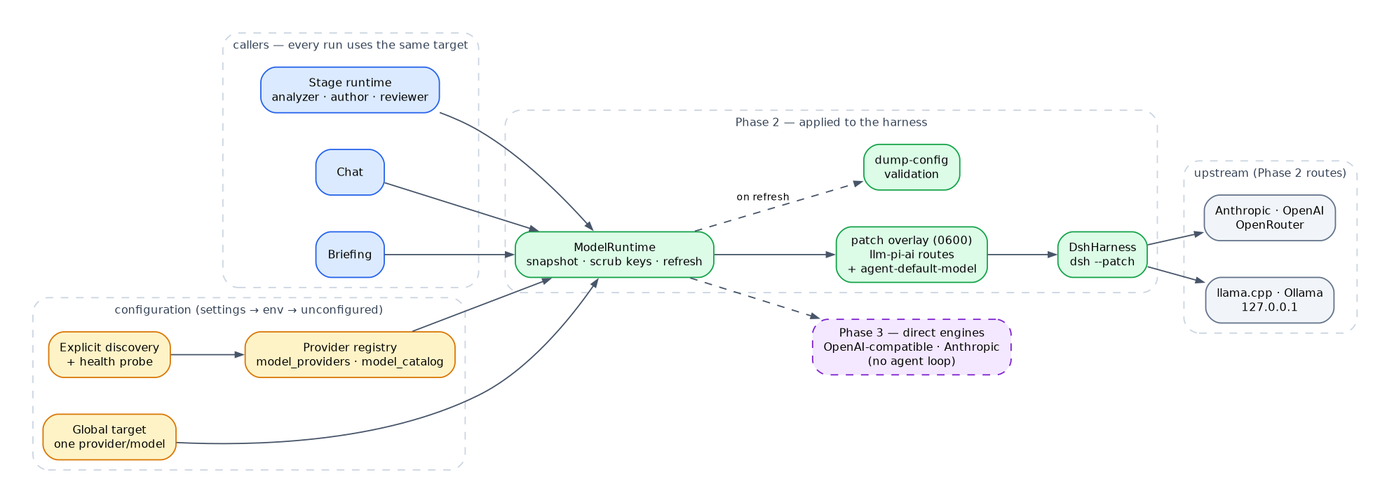
The Graphviz diagram docs/design/diagrams/model-providers.png in keensap/AIFactory, before a commit. Its source is kept beside it as docs/design/diagrams/model-providers.dot.
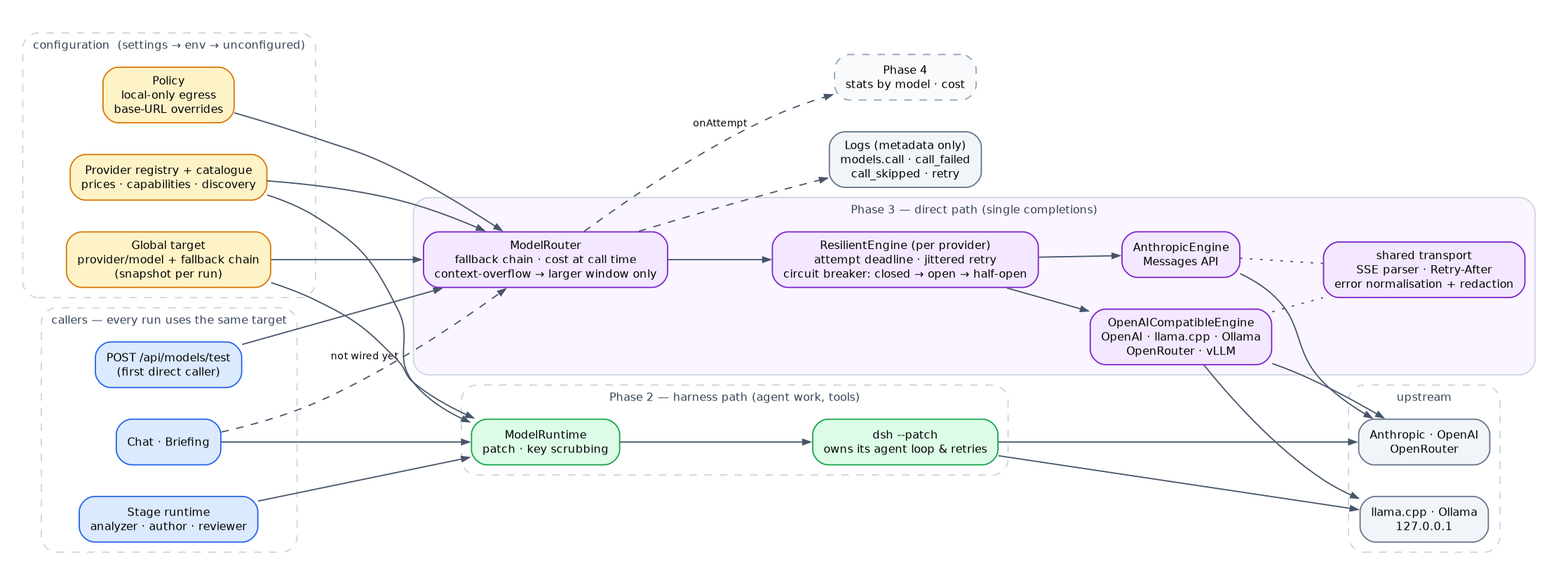
The same diagram one commit later.

The edit, as a diff of the source:
```diff
@@ -1,42 +1,58 @@
 digraph providers {
-  graph [rankdir=LR, bgcolor="white", fontname="Helvetica", fontsize=10, pad=0.25, nodesep=0.4, ranksep=0.5, compound=true];
+  graph [rankdir=LR, bgcolor="white", fontname="Helvetica", fontsize=10, pad=0.25, nodesep=0.35, ranksep=0.55, compound=true];
   node  [shape=box, style="rounded,filled", fontname="Helvetica", fontsize=9, color="#94a3b8", fillcolor="#f8fafc", margin="0.12,0.07"];
   edge  [fontname="Helvetica", fontsize=8, color="#475569", arrowsize=0.6];
 
   subgraph cluster_callers {
     label="callers — every run uses the same target"; fontsize=9; fontcolor="#334155"; color="#cbd5e1"; style="rounded,dashed";
     stage [label="Stage runtime\nanalyzer · author · reviewer", fillcolor="#dbeafe", color="#2563eb"];
-    chat [label="Chat", fillcolor="#dbeafe", color="#2563eb"];
-    brief [label="Briefing", fillcolor="#dbeafe", color="#2563eb"];
+    chat [label="Chat · Briefing", fillcolor="#dbeafe", color="#2563eb"];
+    test [label="POST /api/models/test\n(first direct caller)", fillcolor="#dbeafe", color="#2563eb"];
   }
 
   subgraph cluster_config {
-    label="configuration (settings → env → unconfigured)"; fontsize=9; fontcolor="#334155"; color="#cbd5e1"; style="rounded,dashed";
-    target [label="Global target\none provider/model", fillcolor="#fef3c7", color="#d97706"];
-    registry [label="Provider registry\nmodel_providers · model_catalog", fillcolor="#fef3c7", color="#d97706"];
-    discover [label="Explicit discovery\n+ health probe", fillcolor="#fef3c7", color="#d97706"];
+    label="configuration  (settings → env → unconfigured)"; fontsize=9; fontcolor="#334155"; color="#cbd5e1"; style="rounded,dashed";
+    target [label="Global target\nprovider/model + fallback chain\n(snapshot per run)", fillcolor="#fef3c7", color="#d97706"];
+    registry [label="Provider registry + catalogue\nprices · capabilities · discovery", fillcolor="#fef3c7", color="#d97706"];
+    policy [label="Policy\nlocal-only egress\nbase-URL overrides", fillcolor="#fef3c7", color="#d97706"];
   }
 
-  subgraph cluster_runtime {
-    label="Phase 2 — applied to the harness"; fontsize=9; fontcolor="#334155"; color="#cbd5e1"; style="rounded,dashed";
-    runtime [label="ModelRuntime\nsnapshot · scrub keys · refresh", fillcolor="#dcfce7", color="#16a34a"];
-    patch [label="patch overlay (0600)\nllm-pi-ai routes\n+ agent-default-model", fillcolor="#dcfce7", color="#16a34a"];
-    harness [label="DshHarness\ndsh --patch", fillcolor="#dcfce7", color="#16a34a"];
-    validate [label="dump-config\nvalidation", fillcolor="#dcfce7", color="#16a34a"];
+  subgraph cluster_harness {
+    label="Phase 2 — harness path (agent work, tools)"; fontsize=9; fontcolor="#334155"; color="#cbd5e1"; style="rounded,dashed";
+    runtime [label="ModelRuntime\npatch · key scrubbing", fillcolor="#dcfce7", color="#16a34a"];
+    dsh [label="dsh --patch\nowns its agent loop & retries", fillcolor="#dcfce7", color="#16a34a"];
+  }
+
+  subgraph cluster_direct {
+    label="Phase 3 — direct path (single completions)"; fontsize=9; fontcolor="#334155"; color="#cbd5e1"; style="rounded,filled"; fillcolor="#faf5ff";
+    router [label="ModelRouter\nfallback chain · cost at call time\ncontext-overflow → larger window only", fillcolor="#f3e8ff", color="#7e22ce"];
+    resilient [label="ResilientEngine (per provider)\nattempt deadline · jittered retry\ncircuit breaker: closed → open → half-open", fillcolor="#f3e8ff", color="#7e22ce"];
+    oai [label="OpenAICompatibleEngine\nOpenAI · llama.cpp · Ollama\nOpenRouter · vLLM", fillcolor="#f3e8ff", color="#7e22ce"];
+    ant [label="AnthropicEngine\nMessages API", fillcolor="#f3e8ff", color="#7e22ce"];
+    shared [label="shared transport\nSSE parser · Retry-After\nerror normalisation + redaction", fillcolor="#f3e8ff", color="#7e22ce"];
   }
 
   subgraph cluster_upstream {
-    label="upstream (Phase 2 routes)"; fontsize=9; fontcolor="#334155"; color="#cbd5e1"; style="rounded,dashed";
+    label="upstream"; fontsize=9; fontcolor="#334155"; color="#cbd5e1"; style="rounded,dashed";
     cloud [label="Anthropic · OpenAI\nOpenRouter", fillcolor="#f1f5f9", color="#64748b"];
     local [label="llama.cpp · Ollama\n127.0.0.1", fillcolor="#f1f5f9", color="#64748b"];
   }
 
-  direct [label="Phase 3 — direct engines\nOpenAI-compatible · Anthropic\n(no agent loop)", fillcolor="#f3e8ff", color="#7e22ce", style="rounded,dashed,filled"];
+  logs [label="Logs (metadata only)\nmodels.call · call_failed\ncall_skipped · retry", fillcolor="#f1f5f9", color="#64748b"];
+  stats [label="Phase 4\nstats by model · cost", fillcolor="#f8fafc", color="#94a3b8", style="rounded,dashed,filled"];
 
-  stage -> runtime; chat -> runtime; brief -> runtime;
-  target -> runtime; registry -> runtime; discover -> registry;
-  runtime -> patch -> harness;
-  runtime -> validate [style=dashed, label="on refresh"];
-  harness -> cloud; harness -> local;
-  runtime -> direct [style=dashed];
+  stage -> runtime; chat -> runtime;
+  runtime -> dsh;
+  dsh -> cloud; dsh -> local;
+  target -> runtime; registry -> runtime;
+
+  test -> router;
+  chat -> router [style=dashed, label="not wired yet"];
+  target -> router; registry -> router; policy -> router;
+  router -> resilient;
+  resilient -> oai; resilient -> ant;
+  oai -> shared [style=dotted, arrowhead=none]; ant -> shared [style=dotted, arrowhead=none];
+  oai -> cloud; oai -> local; ant -> cloud;
+  router -> logs [style=dashed];
+  router -> stats [style=dashed, label="onAttempt"];
 }
```
